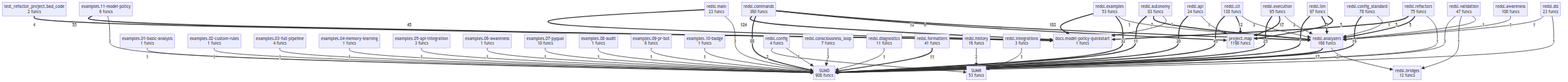
Before: project/compact_flow.png, a diagram exported from Mermaid (wronai/redsl). Its source is kept beside it as project/compact_flow.mmd.
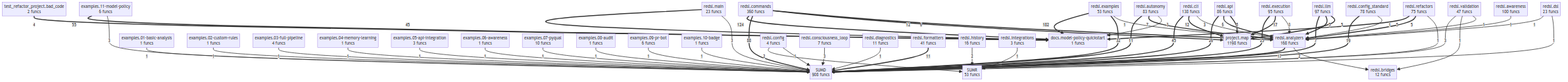
Above is the later version.

Diff of the diagram source:
```diff
@@ -15,7 +15,7 @@
     examples__11_model_policy["examples.11-model-policy<br/>6 funcs"]
     project__map["project.map<br/>1198 funcs"]
     redsl__analyzers["redsl.analyzers<br/>168 funcs"]
-    redsl__api["redsl.api<br/>24 funcs"]
+    redsl__api["redsl.api<br/>86 funcs"]
     redsl__autonomy["redsl.autonomy<br/>83 funcs"]
     redsl__awareness["redsl.awareness<br/>100 funcs"]
     redsl__bridges["redsl.bridges<br/>12 funcs"]
@@ -43,8 +43,8 @@
     redsl__main ==>|45| docs__model_policy_quickstart
     redsl__cli ==>|45| SUMD
     redsl__examples ==>|32| SUMD
+    redsl__api ==>|26| SUMD
     redsl__execution ==>|25| SUMD
-    redsl__api ==>|20| SUMD
     redsl__config_standard ==>|19| SUMD
     redsl__execution ==>|17| project__map
     redsl__analyzers ==>|17| SUMD
@@ -55,10 +55,12 @@
     redsl__autonomy ==>|7| redsl__analyzers
     redsl__llm ==>|7| SUMD
     redsl__commands ==>|6| redsl__analyzers
+    redsl__api ==>|6| redsl__analyzers
     redsl__llm ==>|5| redsl__analyzers
     redsl__llm ==>|5| project__map
     redsl__refactors ==>|5| docs__model_policy_quickstart
     redsl__refactors ==>|5| redsl__analyzers
+    redsl__api ==>|5| project__map
     test_refactor_project__bad_code ==>|4| docs__model_policy_quickstart
     examples__11_model_policy -->|3| SUMD
     redsl__consciousness_loop -->|3| SUMD
@@ -89,6 +91,5 @@
     redsl__validation -->|1| redsl__bridges
     redsl__validation -->|1| redsl__analyzers
     redsl__integrations -->|1| SUMR
-    redsl__api -->|1| project__map
     redsl__dsl -->|1| redsl__analyzers
     redsl__dsl -->|1| SUMD
```
